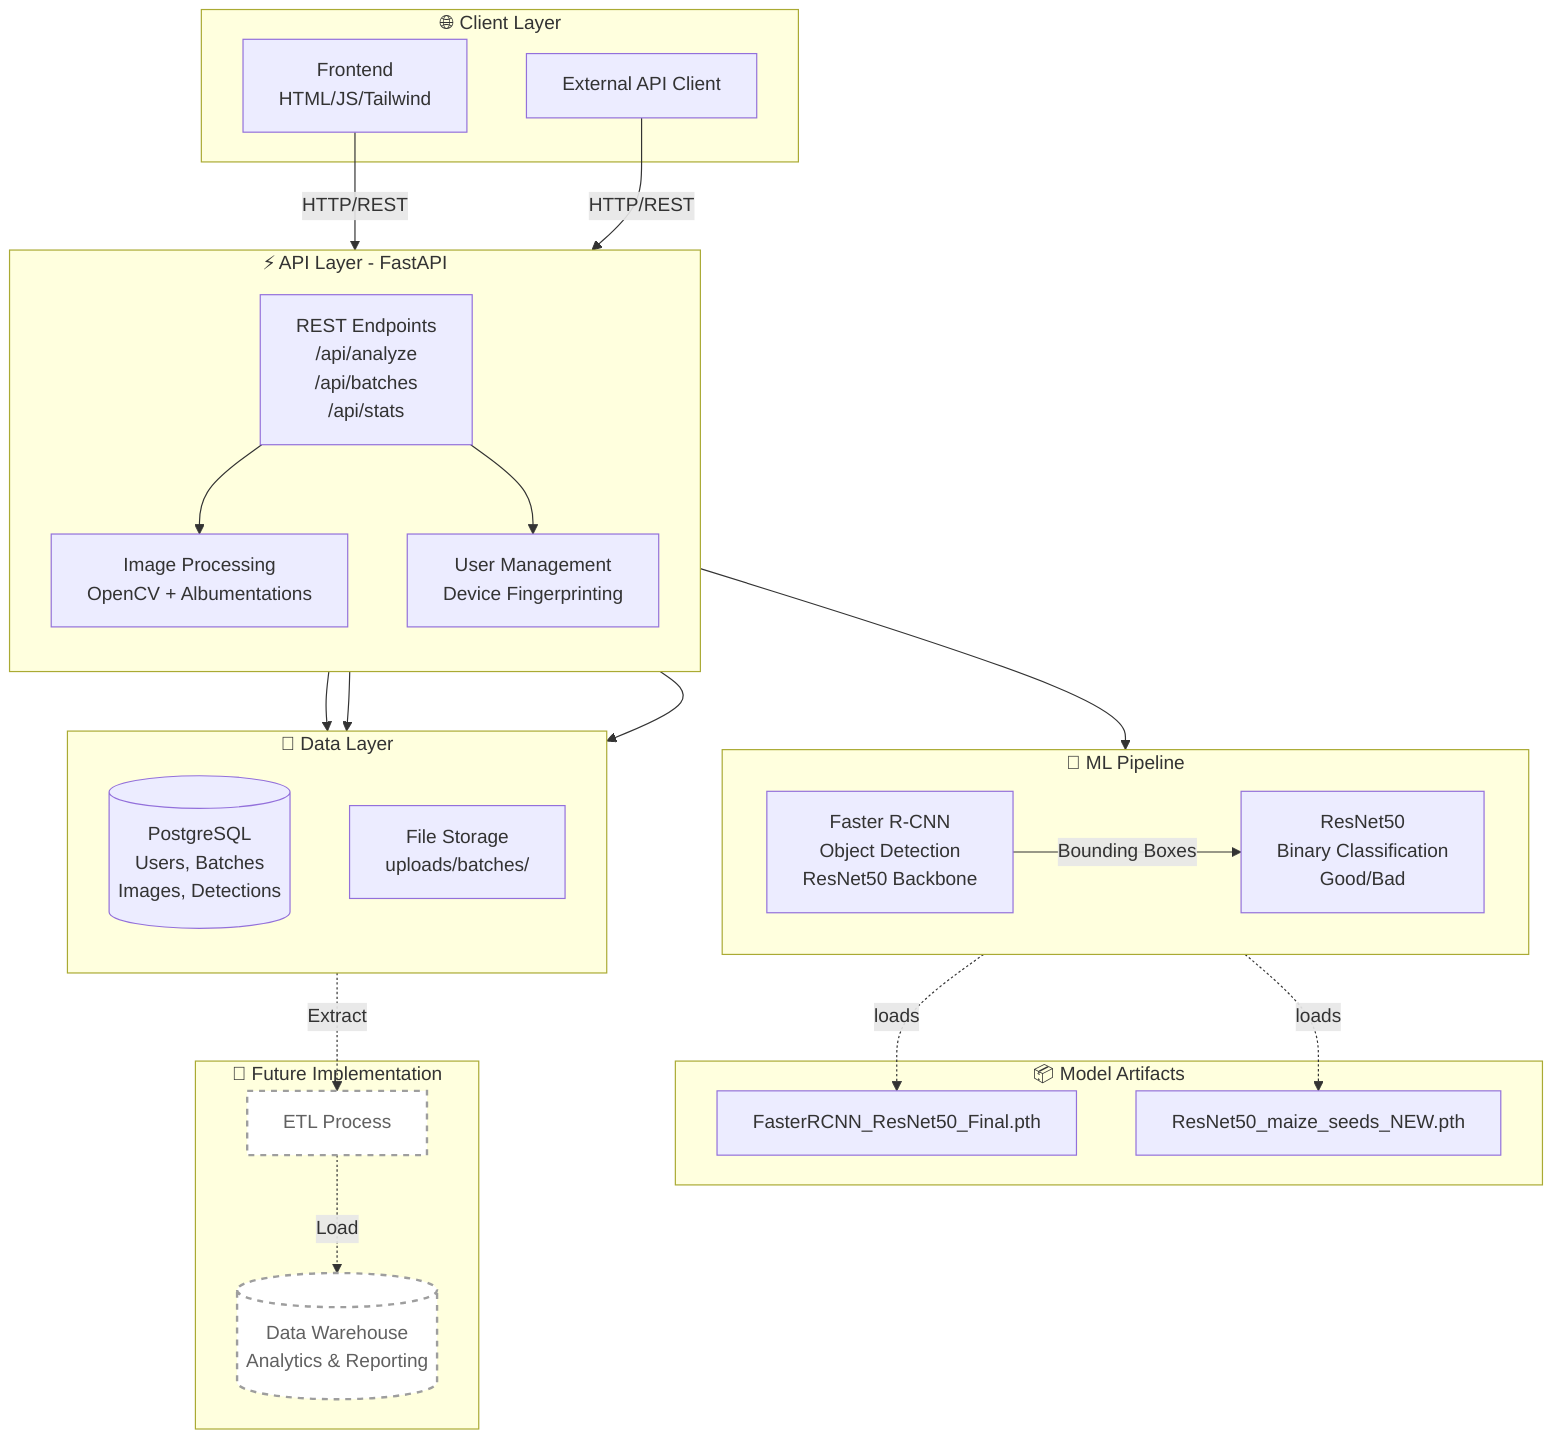
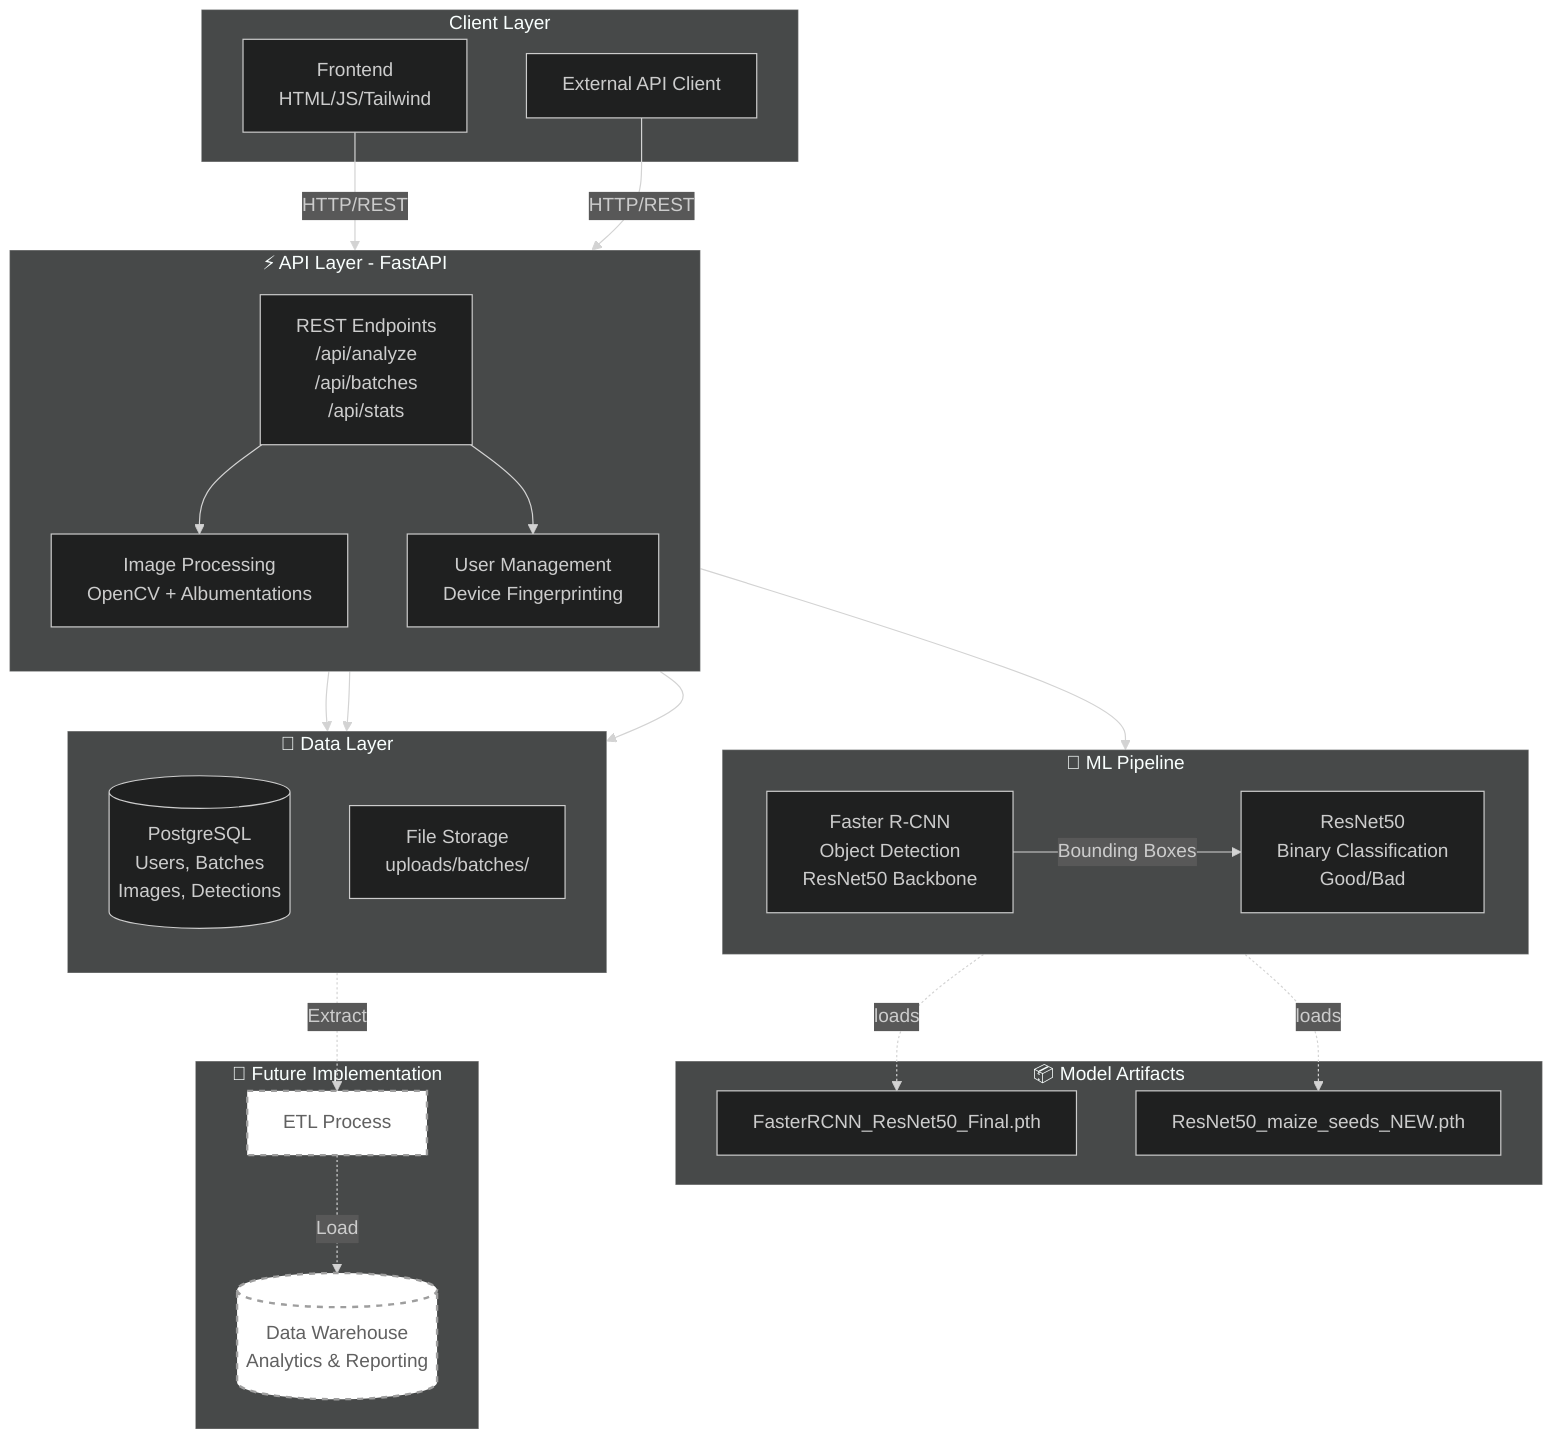
+ ---
+ config:
+   theme: dark
+   layout: dagre
+ ---
flowchart TB
-     subgraph Client["🌐 Client Layer"]
+     subgraph Client["Client Layer"]
        FE[Frontend<br/>HTML/JS/Tailwind]
        ExtAPI[External API Client]
    end

    subgraph API["⚡ API Layer - FastAPI"]
        direction TB
        Endpoints[REST Endpoints<br/>/api/analyze<br/>/api/batches<br/>/api/stats]
        ImageProc[Image Processing<br/>OpenCV + Albumentations]
        UserMgmt[User Management<br/>Device Fingerprinting]
    end

    subgraph ML["🧠 ML Pipeline"]
        direction LR
        Detection[Faster R-CNN<br/>Object Detection<br/>ResNet50 Backbone]
        Classification[ResNet50<br/>Binary Classification<br/>Good/Bad]
    end

    subgraph Data["💾 Data Layer"]
        direction TB
        DB[(PostgreSQL<br/>Users, Batches<br/>Images, Detections)]
        FS[File Storage<br/>uploads/batches/]
    end

    subgraph Models["📦 Model Artifacts"]
        DetModel[FasterRCNN_ResNet50_Final.pth]
        ClsModel[ResNet50_maize_seeds_NEW.pth]
    end

    %% ============================================
    %% FUTURE: Data Warehouse (Not Yet Implemented)
    %% Planned for analytics, reporting, ML retraining
    %% ============================================
    subgraph Future["🔮 Future Implementation"]
        ETL[ETL Process]:::future
        DW[(Data Warehouse<br/>Analytics & Reporting)]:::future
    end

    %% Client to API
    FE -->|HTTP/REST| Endpoints
    ExtAPI -->|HTTP/REST| Endpoints

    %% API internal flow
    Endpoints --> ImageProc
    Endpoints --> UserMgmt
    ImageProc --> Detection
    Detection -->|Bounding Boxes| Classification

    %% ML to Models
    Detection -.->|loads| DetModel
    Classification -.->|loads| ClsModel

    %% API to Data
    UserMgmt --> DB
    Endpoints --> DB
    ImageProc --> FS

    %% Future: Data Warehouse ETL
    DB -.->|Extract| ETL
    ETL -.->|Load| DW

    %% Styling - using darker borders for visibility
    classDef future fill:#ffffff,stroke:#9e9e9e,stroke-width:2px,stroke-dasharray: 5 5,color:#616161
